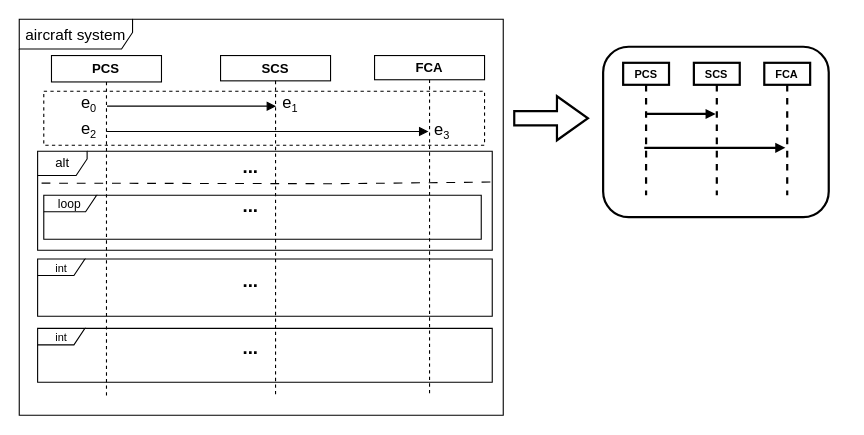
Earlier version of the draw.io diagram isdToParcel.drawio (ShiYufei0708/draw). Source tidied: cells renumbered, new cells numbered last; positions are measured from the earlier drawing's top-left corner, leaving out a move shared by most shapes. Both pictures are drawn from the tidied source at 110%, with x=0, y=0 at pixel (19, 19).
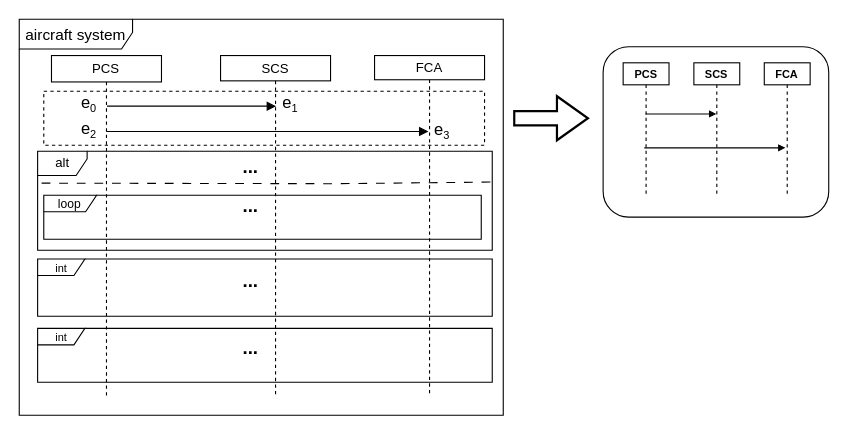
The same diagram, later.

The edit, as a diff of the source:
```diff
@@
-    <mxCell id="4" value="&lt;b&gt;PCS&lt;/b&gt;" style="shape=umlLifeline;perimeter=lifelinePerimeter;whiteSpace=wrap;html=1;newEdgeStyle={&quot;curved&quot;:0,&quot;rounded&quot;:0};size=24;strokeWidth=1;" parent="1" vertex="1">
+    <mxCell id="4" value="PCS" style="shape=umlLifeline;perimeter=lifelinePerimeter;whiteSpace=wrap;html=1;newEdgeStyle={&quot;curved&quot;:0,&quot;rounded&quot;:0};size=24;strokeWidth=1;" parent="1" vertex="1">
       <mxGeometry x="29.3" y="33" width="100" height="310" as="geometry" />
     </mxCell>
-    <mxCell id="5" value="&lt;b&gt;FCA&lt;/b&gt;" style="shape=umlLifeline;perimeter=lifelinePerimeter;whiteSpace=wrap;html=1;newEdgeStyle={&quot;curved&quot;:0,&quot;rounded&quot;:0};size=22;strokeWidth=1;" parent="1" vertex="1">
+    <mxCell id="5" value="FCA" style="shape=umlLifeline;perimeter=lifelinePerimeter;whiteSpace=wrap;html=1;newEdgeStyle={&quot;curved&quot;:0,&quot;rounded&quot;:0};size=22;strokeWidth=1;" parent="1" vertex="1">
       <mxGeometry x="323" y="33" width="100" height="310" as="geometry" />
     </mxCell>
@@
-    <mxCell id="9" value="&lt;b&gt;SCS&lt;/b&gt;" style="shape=umlLifeline;perimeter=lifelinePerimeter;whiteSpace=wrap;html=1;newEdgeStyle={&quot;curved&quot;:0,&quot;rounded&quot;:0};size=23;strokeWidth=1;" parent="1" vertex="1">
+    <mxCell id="9" value="SCS" style="shape=umlLifeline;perimeter=lifelinePerimeter;whiteSpace=wrap;html=1;newEdgeStyle={&quot;curved&quot;:0,&quot;rounded&quot;:0};size=23;strokeWidth=1;" parent="1" vertex="1">
       <mxGeometry x="183" y="33" width="100" height="310" as="geometry" />
     </mxCell>
@@
-    <mxCell id="22" style="group;strokeWidth=2;" parent="1" vertex="1">
+    <mxCell id="22" style="group;strokeWidth=1;" parent="1" vertex="1">
       <mxGeometry x="530" y="20" width="220" height="170" as="geometry" />
     </mxCell>
-    <mxCell id="23" style="rounded=1;whiteSpace=wrap;html=1;strokeWidth=2;" parent="22" vertex="1">
+    <mxCell id="23" style="rounded=1;whiteSpace=wrap;html=1;strokeWidth=1;" parent="22" vertex="1">
       <mxGeometry x="0.8" y="5" width="205.1" height="154.9" as="geometry" />
     </mxCell>
-    <mxCell id="24" style="html=1;verticalAlign=bottom;endArrow=block;curved=0;rounded=0;strokeWidth=2;endSize=4;" parent="22" edge="1" source="27" target="26">
+    <mxCell id="24" style="html=1;verticalAlign=bottom;endArrow=block;curved=0;rounded=0;strokeWidth=1;endSize=4;" parent="22" edge="1" source="27" target="26">
       <mxGeometry relative="1" as="geometry">
         <Array as="points">
           <mxPoint x="62.1" y="66.1" />
         </Array>
       </mxGeometry>
     </mxCell>
-    <mxCell id="25" value="&lt;font size=&quot;1&quot; style=&quot;&quot;&gt;&lt;b style=&quot;font-size: 10px;&quot;&gt;FCA&lt;/b&gt;&lt;/font&gt;" style="shape=umlLifeline;perimeter=lifelinePerimeter;whiteSpace=wrap;html=1;newEdgeStyle={&quot;curved&quot;:0,&quot;rounded&quot;:0};size=20;fontSize=7;strokeWidth=2;" parent="22" vertex="1">
+    <mxCell id="25" value="&lt;font size=&quot;1&quot; style=&quot;&quot;&gt;&lt;b style=&quot;font-size: 10px;&quot;&gt;FCA&lt;/b&gt;&lt;/font&gt;" style="shape=umlLifeline;perimeter=lifelinePerimeter;whiteSpace=wrap;html=1;newEdgeStyle={&quot;curved&quot;:0,&quot;rounded&quot;:0};size=20;fontSize=7;strokeWidth=1;" parent="22" vertex="1">
       <mxGeometry x="147.3" y="19.6" width="41.7" height="120.5" as="geometry" />
     </mxCell>
-    <mxCell id="26" value="&lt;font size=&quot;1&quot; style=&quot;&quot;&gt;&lt;b style=&quot;font-size: 10px;&quot;&gt;SCS&lt;/b&gt;&lt;/font&gt;" style="shape=umlLifeline;perimeter=lifelinePerimeter;whiteSpace=wrap;html=1;outlineConnect=0;portConstraint=eastwest;newEdgeStyle={&quot;curved&quot;:0,&quot;rounded&quot;:0};size=20;fontSize=7;strokeWidth=2;" parent="22" vertex="1">
+    <mxCell id="26" value="&lt;font size=&quot;1&quot; style=&quot;&quot;&gt;&lt;b style=&quot;font-size: 10px;&quot;&gt;SCS&lt;/b&gt;&lt;/font&gt;" style="shape=umlLifeline;perimeter=lifelinePerimeter;whiteSpace=wrap;html=1;outlineConnect=0;portConstraint=eastwest;newEdgeStyle={&quot;curved&quot;:0,&quot;rounded&quot;:0};size=20;fontSize=7;strokeWidth=1;" parent="22" vertex="1">
       <mxGeometry x="83.3" y="19.6" width="41.7" height="120.5" as="geometry" />
     </mxCell>
-    <mxCell id="27" value="&lt;font size=&quot;1&quot; style=&quot;&quot;&gt;&lt;b style=&quot;font-size: 10px;&quot;&gt;PCS&lt;/b&gt;&lt;/font&gt;" style="shape=umlLifeline;perimeter=lifelinePerimeter;whiteSpace=wrap;html=1;outlineConnect=0;portConstraint=eastwest;newEdgeStyle={&quot;curved&quot;:0,&quot;rounded&quot;:0};size=20;fontSize=7;strokeWidth=2;" parent="22" vertex="1">
+    <mxCell id="27" value="&lt;font size=&quot;1&quot; style=&quot;&quot;&gt;&lt;b style=&quot;font-size: 10px;&quot;&gt;PCS&lt;/b&gt;&lt;/font&gt;" style="shape=umlLifeline;perimeter=lifelinePerimeter;whiteSpace=wrap;html=1;outlineConnect=0;portConstraint=eastwest;newEdgeStyle={&quot;curved&quot;:0,&quot;rounded&quot;:0};size=20;fontSize=7;strokeWidth=1;" parent="22" vertex="1">
       <mxGeometry x="19" y="19.6" width="41.7" height="120.5" as="geometry" />
     </mxCell>
-    <mxCell id="28" style="html=1;verticalAlign=bottom;endArrow=block;curved=0;rounded=0;strokeWidth=2;endSize=4;" parent="22" edge="1">
+    <mxCell id="28" style="html=1;verticalAlign=bottom;endArrow=block;curved=0;rounded=0;strokeWidth=1;endSize=4;" parent="22" edge="1">
       <mxGeometry relative="1" as="geometry">
         <mxPoint x="38.2" y="96.9" as="sourcePoint" />
         <mxPoint x="166.5" y="96.9" as="targetPoint" />
       </mxGeometry>
     </mxCell>
-    <mxCell id="29" value="&lt;div&gt;&lt;div&gt;&lt;div&gt;&lt;br&gt;&lt;/div&gt;&lt;/div&gt;&lt;/div&gt;" style="text;align=left;verticalAlign=middle;rounded=0;horizontal=1;fontSize=10;html=1;strokeWidth=2;" parent="22" vertex="1">
+    <mxCell id="29" value="&lt;div&gt;&lt;div&gt;&lt;div&gt;&lt;br&gt;&lt;/div&gt;&lt;/div&gt;&lt;/div&gt;" style="text;align=left;verticalAlign=middle;rounded=0;horizontal=1;fontSize=10;html=1;strokeWidth=1;" parent="22" vertex="1">
       <mxGeometry x="52.1" y="149.6" width="115.8" height="15.3" as="geometry" />
     </mxCell>
-    <mxCell id="30" style="line;strokeWidth=2;fillColor=none;align=left;verticalAlign=middle;spacingTop=-1;spacingLeft=3;spacingRight=3;labelPosition=right;strokeColor=inherit;" parent="22" vertex="1">
+    <mxCell id="30" style="line;strokeWidth=1;fillColor=none;align=left;verticalAlign=middle;spacingTop=-1;spacingLeft=3;spacingRight=3;labelPosition=right;strokeColor=inherit;" parent="22" vertex="1">
       <mxGeometry y="98.6" width="220" height="13.6" as="geometry" />
     </mxCell>
-    <mxCell id="31" style="line;strokeWidth=2;fillColor=none;align=left;verticalAlign=middle;spacingTop=-1;spacingLeft=3;spacingRight=3;labelPosition=right;strokeColor=inherit;" parent="22" vertex="1">
+    <mxCell id="31" style="line;strokeWidth=1;fillColor=none;align=left;verticalAlign=middle;spacingTop=-1;spacingLeft=3;spacingRight=3;labelPosition=right;strokeColor=inherit;" parent="22" vertex="1">
       <mxGeometry y="96.9" width="216.7" height="13.6" as="geometry" />
     </mxCell>
```
